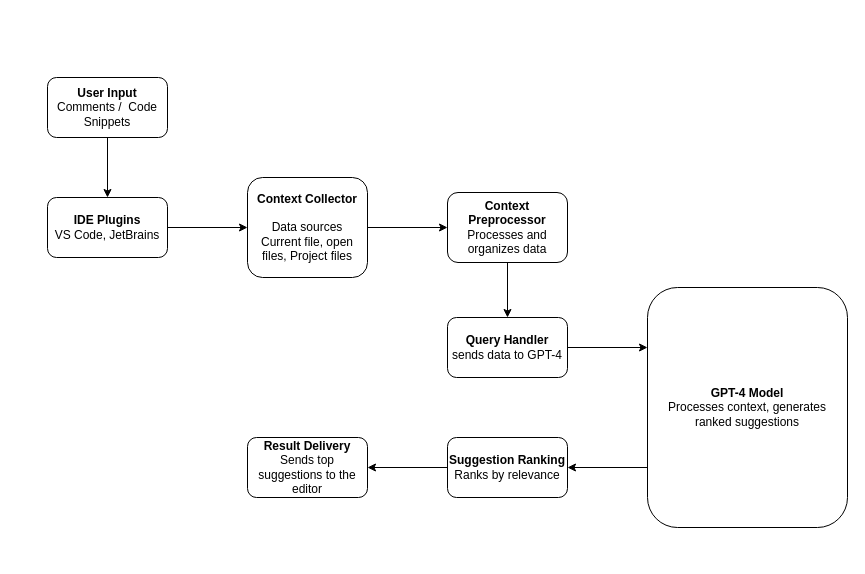
This is Untitled Diagram.drawio from nsaravanan27/test, a draw.io file, before an edit. Source tidied: cells renumbered, new cells numbered last; positions are measured from the earlier drawing's top-left corner, leaving out a move shared by most shapes. Both pictures are drawn from the tidied source at 100%, with x=0, y=0 at pixel (47, 77).
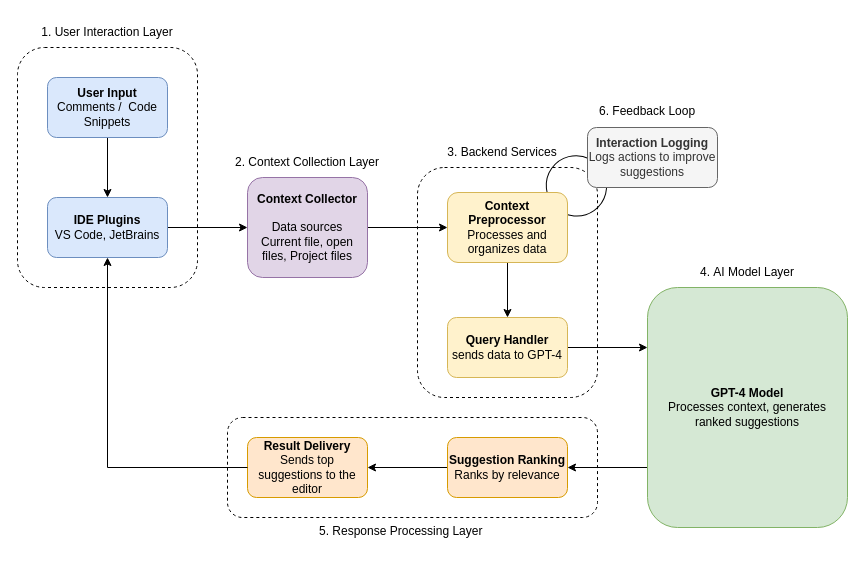
The same page after the edit.

Change to the diagram source:
```diff
@@
+    <mxCell id="17" style="dashed=1;rounded=1;whiteSpace=wrap;html=1;" parent="1" vertex="1">
+      <mxGeometry x="180" y="340" width="370" height="100" as="geometry" />
+    </mxCell>
+    <mxCell id="18" style="dashed=1;rounded=1;whiteSpace=wrap;html=1;" parent="1" vertex="1">
+      <mxGeometry x="370" y="90" width="180" height="230" as="geometry" />
+    </mxCell>
+    <mxCell id="19" style="dashed=1;rounded=1;whiteSpace=wrap;html=1;" parent="1" vertex="1">
+      <mxGeometry x="-30" y="-30" width="180" height="240" as="geometry" />
+    </mxCell>
@@
-    <mxCell id="3" value="&lt;b&gt;User Input&lt;/b&gt;&lt;div&gt;Comments /&amp;nbsp; Code Snippets&lt;/div&gt;" style="rounded=1;whiteSpace=wrap;html=1;" parent="1" vertex="1">
+    <mxCell id="3" value="&lt;b&gt;User Input&lt;/b&gt;&lt;div&gt;Comments /&amp;nbsp; Code Snippets&lt;/div&gt;" style="rounded=1;whiteSpace=wrap;html=1;fillColor=#dae8fc;strokeColor=#6c8ebf;" parent="1" vertex="1">
       <mxGeometry width="120" height="60" as="geometry" />
     </mxCell>
@@
-    <mxCell id="5" value="&lt;div&gt;&lt;b&gt;IDE Plugins&lt;/b&gt;&lt;/div&gt;&lt;div&gt;VS Code, JetBrains&lt;/div&gt;" style="rounded=1;whiteSpace=wrap;html=1;" parent="1" vertex="1">
+    <mxCell id="5" value="&lt;div&gt;&lt;b&gt;IDE Plugins&lt;/b&gt;&lt;/div&gt;&lt;div&gt;VS Code, JetBrains&lt;/div&gt;" style="rounded=1;whiteSpace=wrap;html=1;fillColor=#dae8fc;strokeColor=#6c8ebf;" parent="1" vertex="1">
       <mxGeometry y="120" width="120" height="60" as="geometry" />
     </mxCell>
@@
-    <mxCell id="7" value="&lt;div&gt;&lt;b style=&quot;background-color: initial;&quot;&gt;Context Collector&lt;/b&gt;&lt;/div&gt;&lt;div&gt;&lt;br&gt;&lt;/div&gt;&lt;div&gt;Data sources&lt;br&gt;&lt;div&gt;Current file, open files, Project files&lt;/div&gt;&lt;/div&gt;" style="rounded=1;whiteSpace=wrap;html=1;" parent="1" vertex="1">
+    <mxCell id="7" value="&lt;div&gt;&lt;b style=&quot;background-color: initial;&quot;&gt;Context Collector&lt;/b&gt;&lt;/div&gt;&lt;div&gt;&lt;br&gt;&lt;/div&gt;&lt;div&gt;Data sources&lt;br&gt;&lt;div&gt;Current file, open files, Project files&lt;/div&gt;&lt;/div&gt;" style="rounded=1;whiteSpace=wrap;html=1;fillColor=#e1d5e7;strokeColor=#9673a6;" parent="1" vertex="1">
       <mxGeometry x="200" y="100" width="120" height="100" as="geometry" />
     </mxCell>
@@
-    <mxCell id="9" value="&lt;b&gt;Context Preprocessor&lt;/b&gt;&lt;div&gt;Processes and organizes data&lt;/div&gt;" style="rounded=1;whiteSpace=wrap;html=1;" parent="1" vertex="1">
-      <mxGeometry x="400" y="115" width="120" height="70" as="geometry" />
-    </mxCell>
@@
-    <mxCell id="11" value="&lt;b&gt;Query Handler&lt;/b&gt;&lt;div&gt;sends data to GPT-4&lt;b&gt;&lt;/b&gt;&lt;/div&gt;" style="rounded=1;whiteSpace=wrap;html=1;" parent="1" vertex="1">
+    <mxCell id="11" value="&lt;b&gt;Query Handler&lt;/b&gt;&lt;div&gt;sends data to GPT-4&lt;b&gt;&lt;/b&gt;&lt;/div&gt;" style="rounded=1;whiteSpace=wrap;html=1;fillColor=#fff2cc;strokeColor=#d6b656;" parent="1" vertex="1">
       <mxGeometry x="400" y="240" width="120" height="60" as="geometry" />
     </mxCell>
@@
-    <mxCell id="13" value="&lt;b&gt;GPT-4 Model&lt;/b&gt;&lt;div&gt;Processes context, generates ranked suggestions&lt;/div&gt;" style="rounded=1;whiteSpace=wrap;html=1;" parent="1" vertex="1">
+    <mxCell id="13" value="&lt;b&gt;GPT-4 Model&lt;/b&gt;&lt;div&gt;Processes context, generates ranked suggestions&lt;/div&gt;" style="rounded=1;whiteSpace=wrap;html=1;fillColor=#d5e8d4;strokeColor=#82b366;" parent="1" vertex="1">
       <mxGeometry x="600" y="210" width="200" height="240" as="geometry" />
     </mxCell>
@@
-    <mxCell id="15" value="&lt;b&gt;Suggestion Ranking&lt;/b&gt;&lt;div&gt;Ranks by relevance&lt;/div&gt;" style="rounded=1;whiteSpace=wrap;html=1;" parent="1" vertex="1">
+    <mxCell id="15" value="&lt;b&gt;Suggestion Ranking&lt;/b&gt;&lt;div&gt;Ranks by relevance&lt;/div&gt;" style="rounded=1;whiteSpace=wrap;html=1;fillColor=#ffe6cc;strokeColor=#d79b00;" parent="1" vertex="1">
       <mxGeometry x="400" y="360" width="120" height="60" as="geometry" />
     </mxCell>
-    <mxCell id="16" value="&lt;b&gt;Result Delivery&lt;/b&gt;&lt;div&gt;Sends top suggestions to the editor&lt;/div&gt;" style="rounded=1;whiteSpace=wrap;html=1;" parent="1" vertex="1">
+    <mxCell id="16" value="&lt;b&gt;Result Delivery&lt;/b&gt;&lt;div&gt;Sends top suggestions to the editor&lt;/div&gt;" style="rounded=1;whiteSpace=wrap;html=1;fillColor=#ffe6cc;strokeColor=#d79b00;" parent="1" vertex="1">
       <mxGeometry x="200" y="360" width="120" height="60" as="geometry" />
     </mxCell>
+    <mxCell id="20" style="endArrow=classic;html=1;rounded=0;exitX=0;exitY=0.5;exitDx=0;exitDy=0;entryX=0.5;entryY=1;entryDx=0;entryDy=0;" parent="1" edge="1" source="16" target="5">
+      <mxGeometry relative="1" as="geometry">
+        <Array as="points">
+          <mxPoint x="60" y="390" />
+        </Array>
+      </mxGeometry>
+    </mxCell>
+    <mxCell id="21" style="verticalLabelPosition=bottom;shadow=0;dashed=0;align=center;html=1;verticalAlign=top;shape=mxgraph.electrical.radio.loop_antenna;rotation=-135;" parent="1" vertex="1">
+      <mxGeometry x="500" y="70" width="64.8" height="69.8" as="geometry" />
+    </mxCell>
+    <mxCell id="22" value="&lt;b&gt;Interaction Logging&lt;/b&gt;&lt;div&gt;Logs actions to improve suggestions&lt;/div&gt;" style="rounded=1;whiteSpace=wrap;html=1;fillColor=#f5f5f5;fontColor=#333333;strokeColor=#666666;" parent="1" vertex="1">
+      <mxGeometry x="540" y="50" width="130" height="60" as="geometry" />
+    </mxCell>
+    <mxCell id="9" value="&lt;b&gt;Context Preprocessor&lt;/b&gt;&lt;div&gt;Processes and organizes data&lt;/div&gt;" style="rounded=1;whiteSpace=wrap;html=1;fillColor=#fff2cc;strokeColor=#d6b656;" parent="1" vertex="1">
+      <mxGeometry x="400" y="115" width="120" height="70" as="geometry" />
+    </mxCell>
+    <mxCell id="23" value="2. Context Collection Layer" style="text;html=1;align=center;verticalAlign=middle;whiteSpace=wrap;rounded=0;fontFamily=Helvetica;fontSize=12;fontColor=default;" parent="1" vertex="1">
+      <mxGeometry x="185" y="70" width="150" height="30" as="geometry" />
+    </mxCell>
+    <mxCell id="24" value="1. User Interaction Layer" style="text;html=1;align=center;verticalAlign=middle;whiteSpace=wrap;rounded=0;fontFamily=Helvetica;fontSize=12;fontColor=default;" parent="1" vertex="1">
+      <mxGeometry x="-10" y="-60" width="140" height="30" as="geometry" />
+    </mxCell>
+    <mxCell id="25" value="3.&amp;nbsp;Backend Services" style="text;html=1;align=center;verticalAlign=middle;whiteSpace=wrap;rounded=0;fontFamily=Helvetica;fontSize=12;fontColor=default;" parent="1" vertex="1">
+      <mxGeometry x="380" y="60" width="150" height="30" as="geometry" />
+    </mxCell>
+    <mxCell id="26" value="4.&amp;nbsp;AI Model Layer" style="text;html=1;align=center;verticalAlign=middle;whiteSpace=wrap;rounded=0;fontFamily=Helvetica;fontSize=12;fontColor=default;" parent="1" vertex="1">
+      <mxGeometry x="625" y="180" width="150" height="30" as="geometry" />
+    </mxCell>
+    <mxCell id="27" value="5. Response Processing Layer" style="text;whiteSpace=wrap;html=1;fontFamily=Helvetica;fontSize=12;fontColor=default;" parent="1" vertex="1">
+      <mxGeometry x="270" y="440" width="180" height="40" as="geometry" />
+    </mxCell>
+    <mxCell id="28" value="6. Feedback Loop" style="text;whiteSpace=wrap;html=1;fontFamily=Helvetica;fontSize=12;fontColor=default;" parent="1" vertex="1">
+      <mxGeometry x="550" y="20" width="110" height="30" as="geometry" />
+    </mxCell>
```
